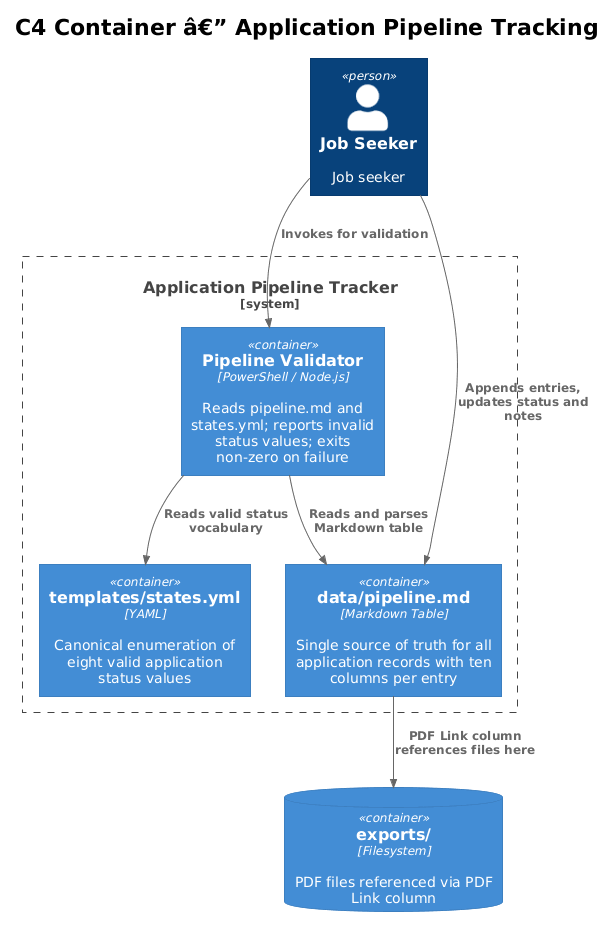
Before: docs/detailed-designs/03-application-pipeline-tracking/diagrams/c4_container.png, a diagram exported from PlantUML (QuinntyneBrown/Orbit).
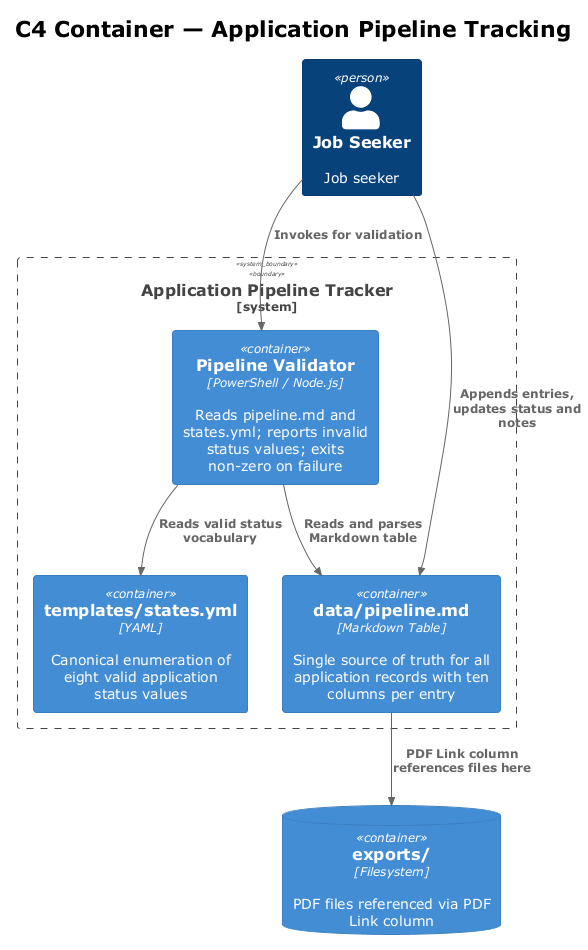
Later version of the same file.

What changed in the source:
```diff
@@ -1,8 +1,8 @@
-@startuml
+@startuml c4_container
 !theme plain
 !include <C4/C4_Container>
 
-title C4 Container â€” Application Pipeline Tracking
+title C4 Container — Application Pipeline Tracking
 
 Person(user, "Job Seeker", "Job seeker")
 
@@ -19,4 +19,5 @@
 Rel(validator, states, "Reads valid status vocabulary")
 Rel(table, exports, "PDF Link column references files here")
 Rel(user, validator, "Invokes for validation")
+
 @enduml
```
